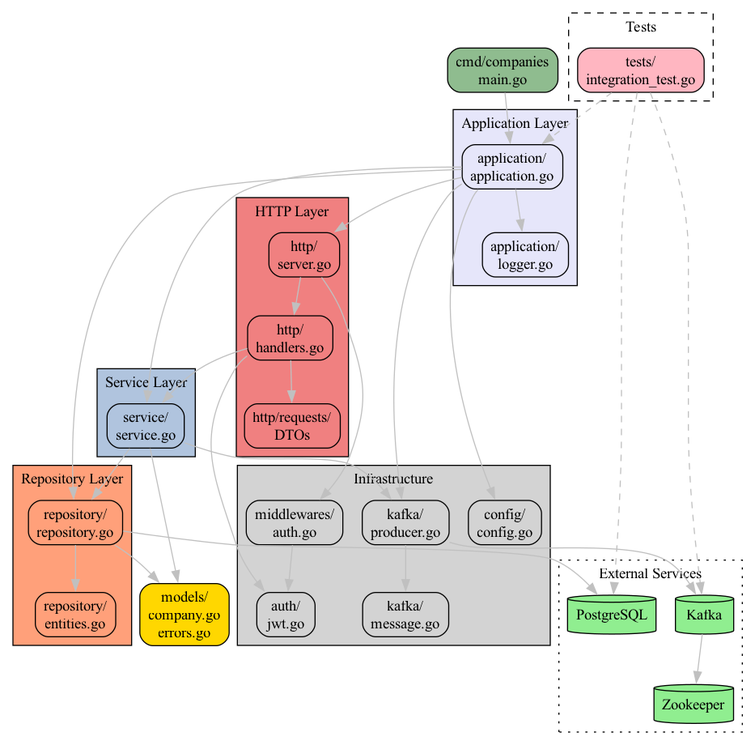
Before: docs/diagrams/package-dependencies.png, a diagram exported from Graphviz (ezhdanovskiy/companies). Its source is kept beside it as docs/diagrams/package-dependencies.dot.
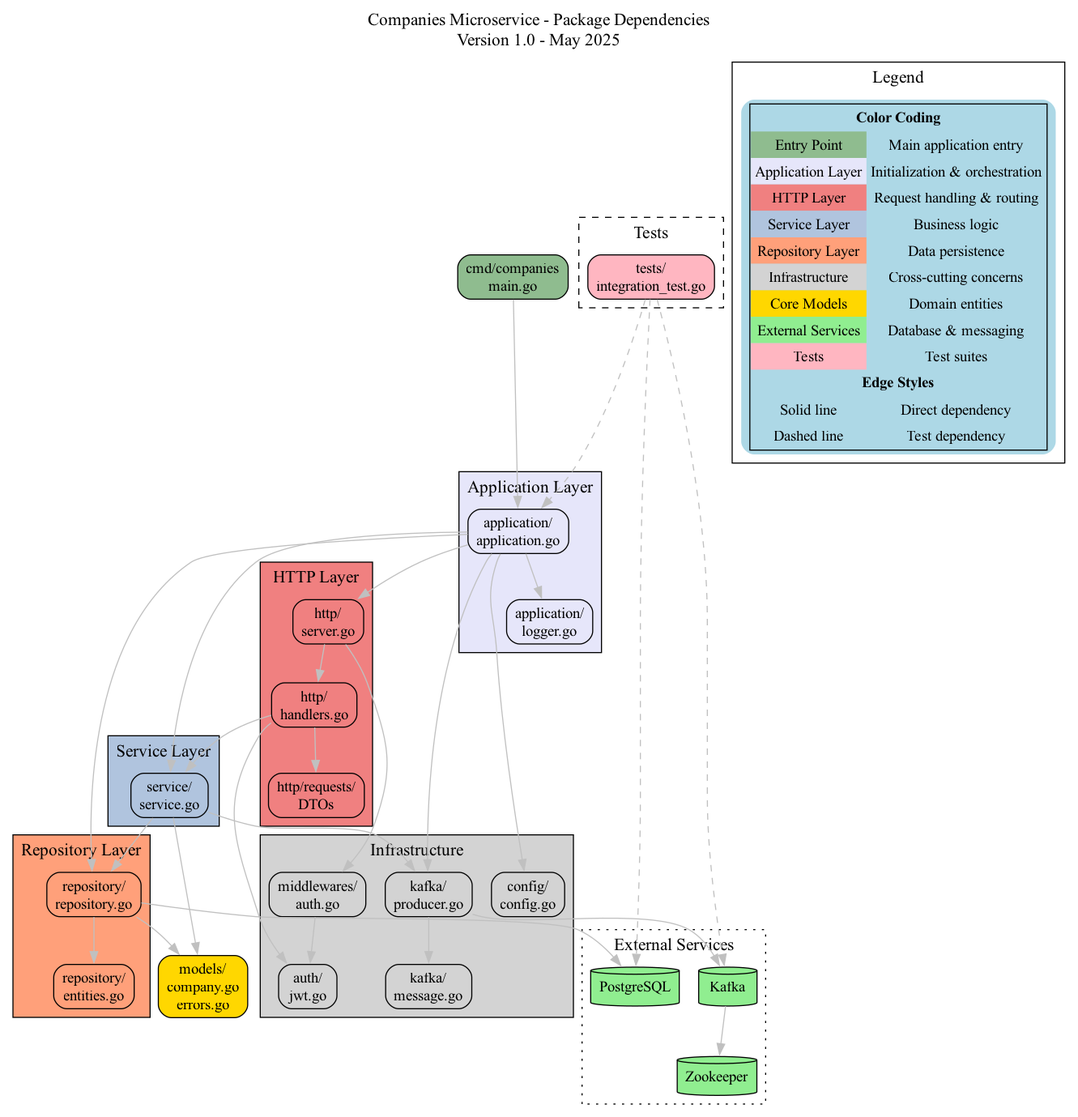
The same diagram one commit later.

Commit message:
Fix HTML encoding in package dependencies diagram and update PNG file

Diff of the diagram source:
```diff
@@ -129,13 +129,13 @@
             <TABLE BORDER="1" CELLBORDER="0" CELLSPACING="0" CELLPADDING="4">
                 <TR><TD COLSPAN="2"><B>Color Coding</B></TD></TR>
                 <TR><TD BGCOLOR="darkseagreen">Entry Point</TD><TD>Main application entry</TD></TR>
-                <TR><TD BGCOLOR="lavender">Application Layer</TD><TD>Initialization & orchestration</TD></TR>
-                <TR><TD BGCOLOR="lightcoral">HTTP Layer</TD><TD>Request handling & routing</TD></TR>
+                <TR><TD BGCOLOR="lavender">Application Layer</TD><TD>Initialization &amp; orchestration</TD></TR>
+                <TR><TD BGCOLOR="lightcoral">HTTP Layer</TD><TD>Request handling &amp; routing</TD></TR>
                 <TR><TD BGCOLOR="lightsteelblue">Service Layer</TD><TD>Business logic</TD></TR>
                 <TR><TD BGCOLOR="lightsalmon">Repository Layer</TD><TD>Data persistence</TD></TR>
                 <TR><TD BGCOLOR="lightgray">Infrastructure</TD><TD>Cross-cutting concerns</TD></TR>
                 <TR><TD BGCOLOR="gold">Core Models</TD><TD>Domain entities</TD></TR>
-                <TR><TD BGCOLOR="lightgreen">External Services</TD><TD>Database & messaging</TD></TR>
+                <TR><TD BGCOLOR="lightgreen">External Services</TD><TD>Database &amp; messaging</TD></TR>
                 <TR><TD BGCOLOR="lightpink">Tests</TD><TD>Test suites</TD></TR>
                 <TR><TD COLSPAN="2"><B>Edge Styles</B></TD></TR>
                 <TR><TD>Solid line</TD><TD>Direct dependency</TD></TR>
```
